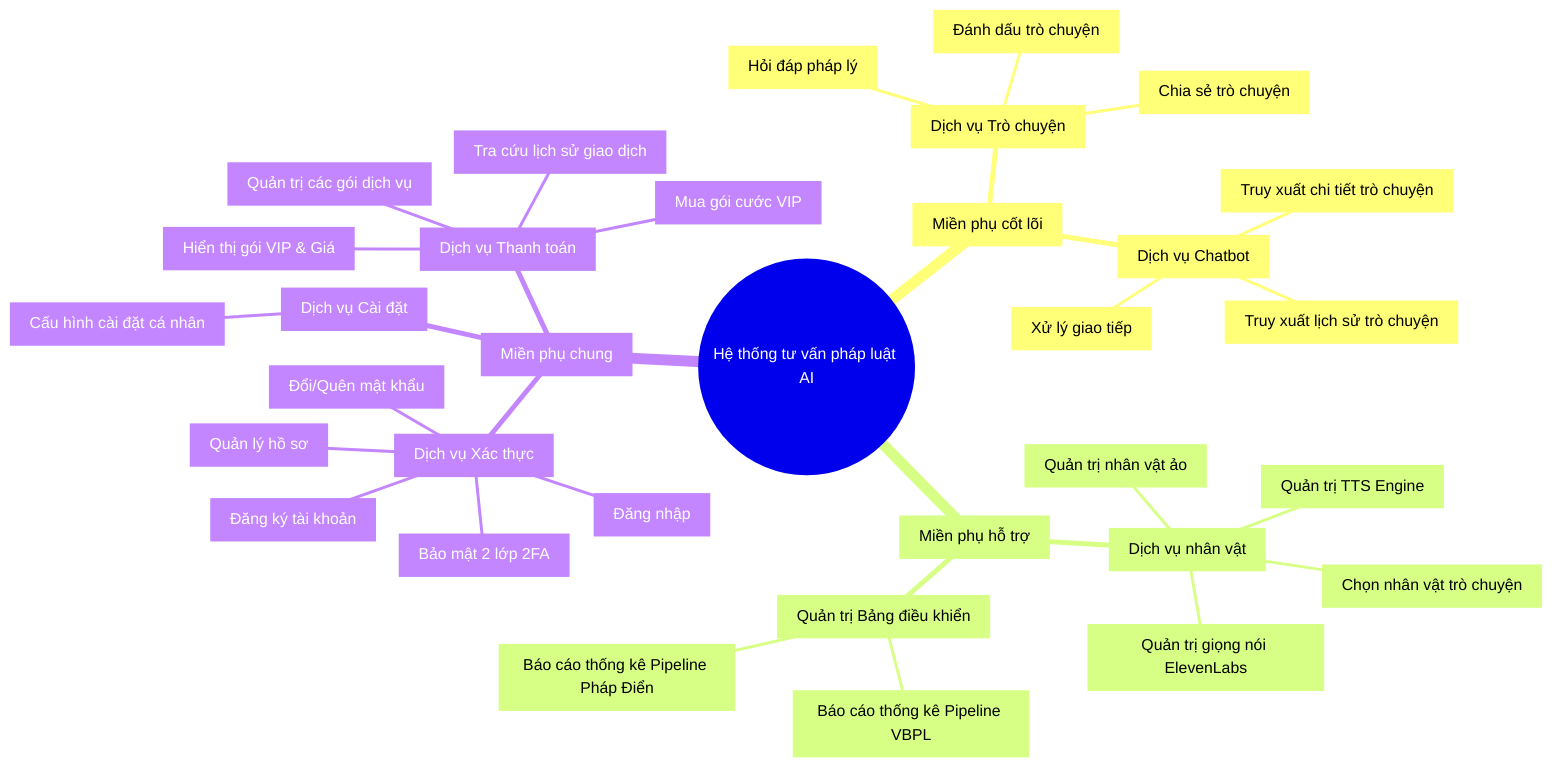
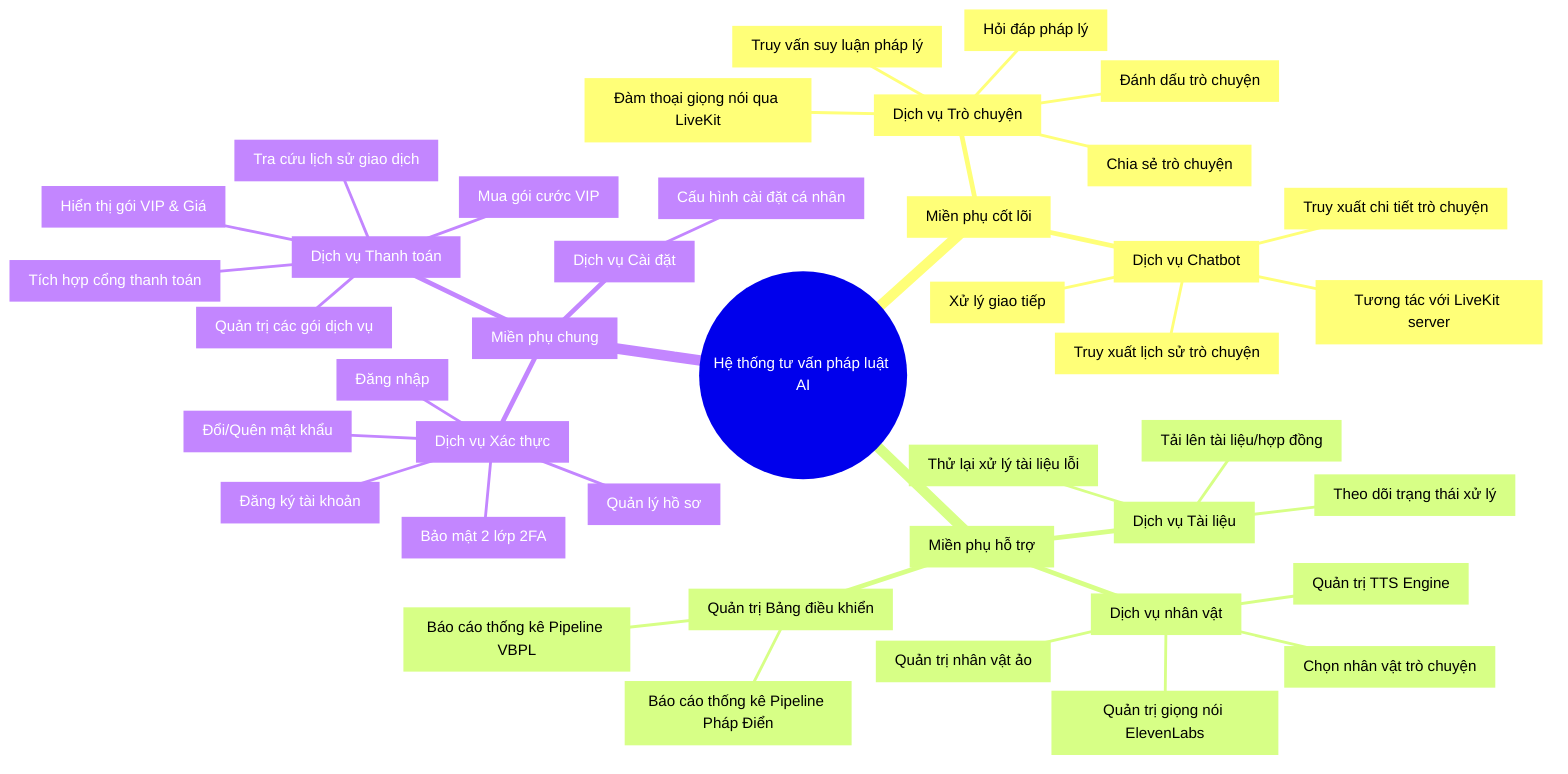
mindmap
  root((Hệ thống tư vấn pháp luật AI))
    Core["Miền phụ cốt lõi"]
      Conversation["Dịch vụ Trò chuyện"]
        Chat["Hỏi đáp pháp lý"]
        Bookmark["Đánh dấu trò chuyện"]
        Share["Chia sẻ trò chuyện"]
+         Reasoning["Truy vấn suy luận pháp lý"]
+         VoiceChat["Đàm thoại giọng nói qua LiveKit"]
      Chatbot["Dịch vụ Chatbot"]
        Chatbot_Comm["Xử lý giao tiếp"]
        Chatbot_Hist["Truy xuất lịch sử trò chuyện"]
        Chatbot_Detail["Truy xuất chi tiết trò chuyện"]
+         LiveKit["Tương tác với LiveKit server"]
    Supporting["Miền phụ hỗ trợ"]
+       Document["Dịch vụ Tài liệu"]
+         Upload_Doc["Tải lên tài liệu/hợp đồng"]
+         Doc_Status["Theo dõi trạng thái xử lý"]
+         Retry_Doc["Thử lại xử lý tài liệu lỗi"]
      Persona["Dịch vụ nhân vật"]
        Select["Chọn nhân vật trò chuyện"]
        Manage_Persona["Quản trị nhân vật ảo"]
        Manage_TTS_Engine["Quản trị TTS Engine"]
        Manage_Voice["Quản trị giọng nói ElevenLabs"]
      Dashboard["Quản trị Bảng điều khiển"]
        VBPL_Pipeline["Báo cáo thống kê Pipeline VBPL"]
        PhapDien_Pipeline["Báo cáo thống kê Pipeline Pháp Điển"]
    Generic["Miền phụ chung"]
      Auth["Dịch vụ Xác thực"]
        Register["Đăng ký tài khoản"]
        Login["Đăng nhập"]
        MFA["Bảo mật 2 lớp 2FA"]
        Profile["Quản lý hồ sơ"]
        Password["Đổi/Quên mật khẩu"]
      Settings["Dịch vụ Cài đặt"]
        Config["Cấu hình cài đặt cá nhân"]
      Payment["Dịch vụ Thanh toán"]
        View_Price["Hiển thị gói VIP & Giá"]
        Purchase_VIP["Mua gói cước VIP"]
        Txn_History["Tra cứu lịch sử giao dịch"]
        Manage_Plans["Quản trị các gói dịch vụ"]
+         Payment_Gateway["Tích hợp cổng thanh toán"]
